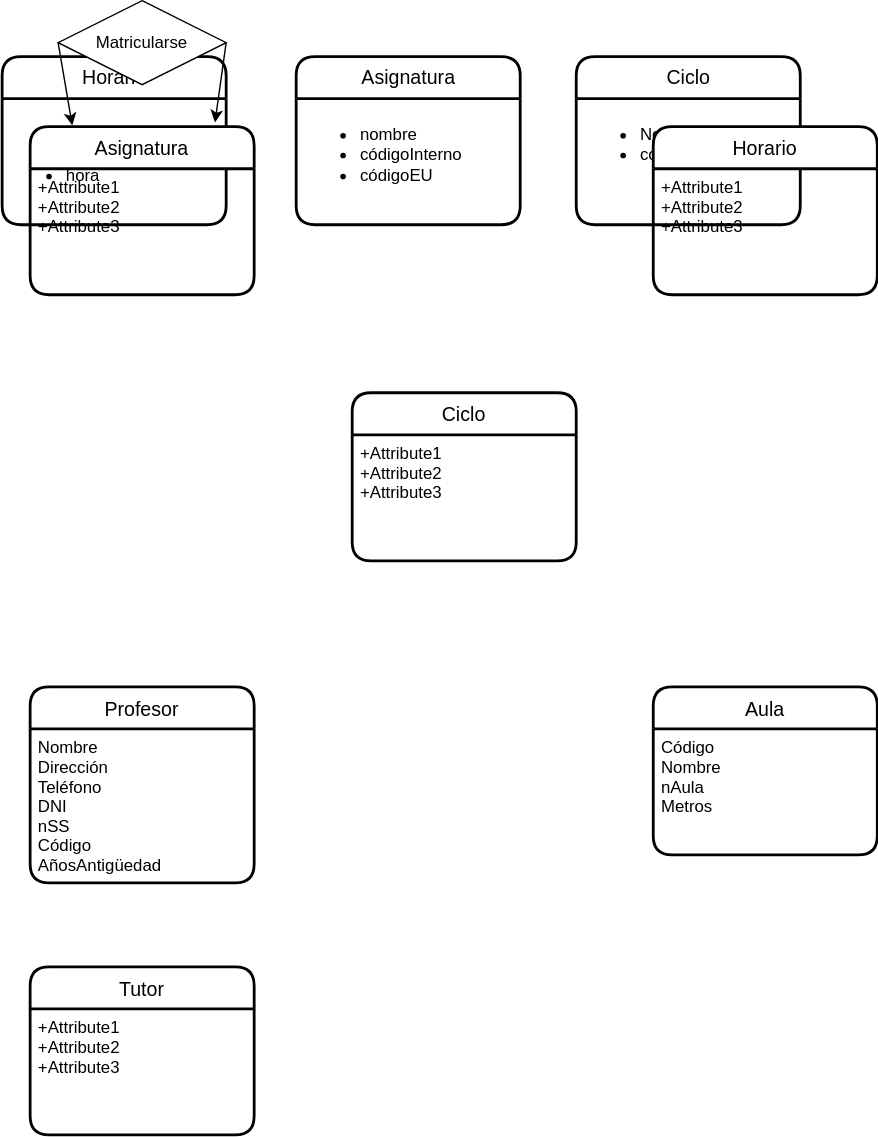
Jimxx22/C3-UD11-UML keeps this draw.io diagram as UD12-17.svg. Above is the earlier version. Source tidied: cells renumbered, new cells last; positions are measured from the earlier drawing's top-left corner, leaving out a move shared by most shapes.
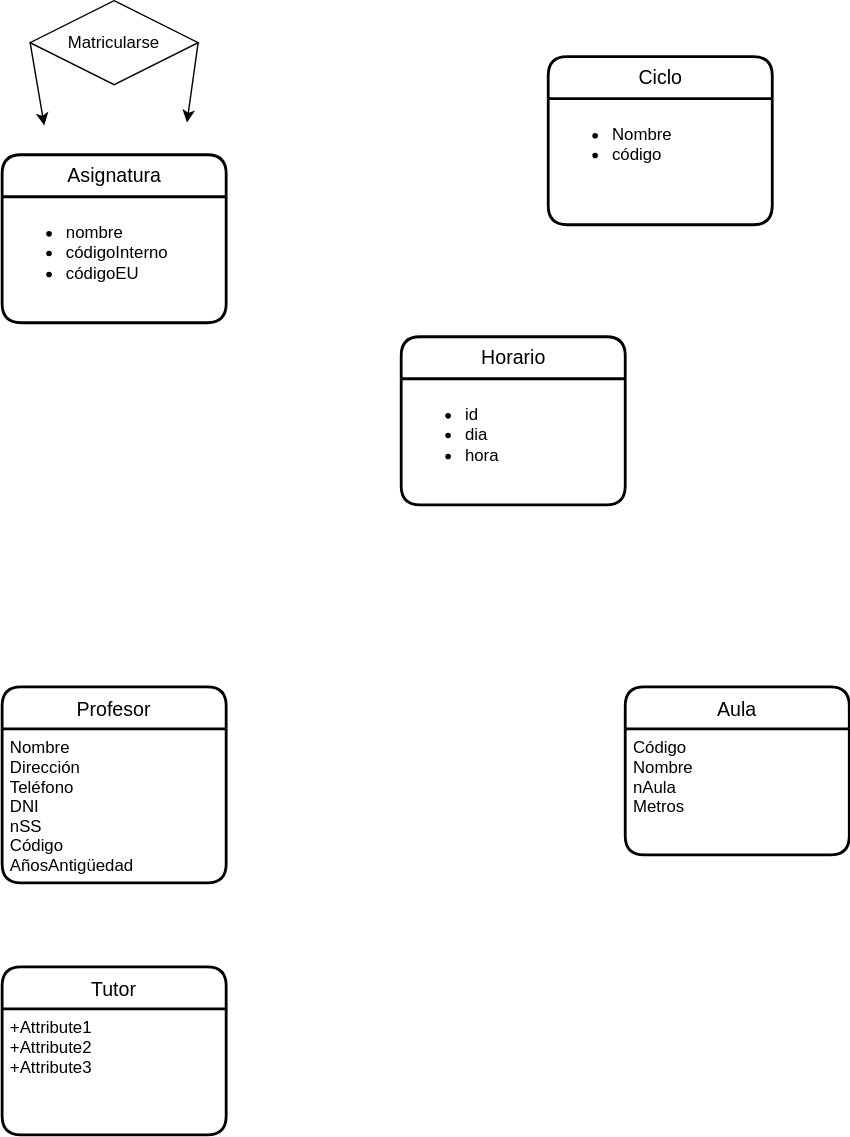
The same diagram one commit later.

What changed in the source:
```diff
@@ -3,19 +3,13 @@
     <mxCell id="0" />
     <mxCell id="1" parent="0" />
     <mxCell id="2" value="Horario" style="swimlane;horizontal=1;startSize=30;rounded=1;fontSize=14;fontStyle=0;strokeWidth=2;shadow=0;dashed=0;align=center;labelBackgroundColor=none;html=1;" parent="1" vertex="1">
-      <mxGeometry y="40" width="160" height="120" as="geometry" />
+      <mxGeometry x="305" y="240" width="160" height="120" as="geometry" />
     </mxCell>
     <mxCell id="3" value="&lt;ul&gt;&lt;li&gt;id&lt;/li&gt;&lt;li&gt;dia&lt;/li&gt;&lt;li&gt;hora&lt;/li&gt;&lt;/ul&gt;" style="align=left;strokeColor=none;fillColor=none;spacingLeft=4;fontSize=12;verticalAlign=top;labelBackgroundColor=none;html=1;" parent="2" vertex="1">
       <mxGeometry y="30" width="160" height="90" as="geometry" />
     </mxCell>
-    <mxCell id="4" value="Asignatura" style="swimlane;horizontal=1;startSize=30;rounded=1;fontSize=14;fontStyle=0;strokeWidth=2;shadow=0;dashed=0;align=center;" parent="1" vertex="1">
-      <mxGeometry x="20" y="90" width="160" height="120" as="geometry" />
-    </mxCell>
-    <mxCell id="5" value="+Attribute1&#10;+Attribute2&#10;+Attribute3" style="align=left;strokeColor=none;fillColor=none;spacingLeft=4;fontSize=12;verticalAlign=top;" parent="4" vertex="1">
-      <mxGeometry y="30" width="160" height="90" as="geometry" />
-    </mxCell>
     <mxCell id="6" value="Asignatura" style="swimlane;horizontal=1;startSize=30;rounded=1;fontSize=14;fontStyle=0;strokeWidth=2;shadow=0;dashed=0;align=center;labelBackgroundColor=none;html=1;" parent="1" vertex="1">
-      <mxGeometry x="210" y="40" width="160" height="120" as="geometry" />
+      <mxGeometry x="20" y="110" width="160" height="120" as="geometry" />
     </mxCell>
     <mxCell id="7" value="&lt;ul&gt;&lt;li&gt;nombre&lt;/li&gt;&lt;li&gt;códigoInterno&lt;/li&gt;&lt;li&gt;códigoEU&lt;/li&gt;&lt;/ul&gt;" style="align=left;strokeColor=none;fillColor=none;spacingLeft=4;fontSize=12;verticalAlign=top;labelBackgroundColor=none;html=1;" parent="6" vertex="1">
       <mxGeometry y="30" width="160" height="90" as="geometry" />
@@ -38,29 +32,21 @@
     <mxCell id="13" value="Nombre&#10;Dirección&#10;Teléfono&#10;DNI&#10;nSS&#10;Código&#10;AñosAntigüedad&#10;" style="align=left;strokeColor=none;fillColor=none;spacingLeft=4;fontSize=12;verticalAlign=top;" parent="12" vertex="1">
       <mxGeometry y="30" width="160" height="110" as="geometry" />
     </mxCell>
-    <mxCell id="14" value="Horario" style="swimlane;horizontal=1;startSize=30;rounded=1;fontSize=14;fontStyle=0;strokeWidth=2;shadow=0;dashed=0;align=center;" parent="1" vertex="1">
-      <mxGeometry x="465" y="90" width="160" height="120" as="geometry" />
-    </mxCell>
-    <mxCell id="15" value="+Attribute1&#10;+Attribute2&#10;+Attribute3" style="align=left;strokeColor=none;fillColor=none;spacingLeft=4;fontSize=12;verticalAlign=top;" parent="14" vertex="1">
-      <mxGeometry y="30" width="160" height="90" as="geometry" />
-    </mxCell>
-    <mxCell id="16" value="Ciclo" style="swimlane;horizontal=1;startSize=30;rounded=1;fontSize=14;fontStyle=0;strokeWidth=2;shadow=0;dashed=0;align=center;" parent="1" vertex="1">
-      <mxGeometry x="250" y="280" width="160" height="120" as="geometry" />
-    </mxCell>
-    <mxCell id="17" value="+Attribute1&#10;+Attribute2&#10;+Attribute3" style="align=left;strokeColor=none;fillColor=none;spacingLeft=4;fontSize=12;verticalAlign=top;" parent="16" vertex="1">
-      <mxGeometry y="30" width="160" height="90" as="geometry" />
-    </mxCell>
     <mxCell id="18" value="Tutor" style="swimlane;horizontal=1;startSize=30;rounded=1;fontSize=14;fontStyle=0;strokeWidth=2;shadow=0;dashed=0;align=center;" parent="1" vertex="1">
       <mxGeometry x="20" y="690" width="160" height="120" as="geometry" />
     </mxCell>
     <mxCell id="19" value="+Attribute1&#10;+Attribute2&#10;+Attribute3" style="align=left;strokeColor=none;fillColor=none;spacingLeft=4;fontSize=12;verticalAlign=top;" parent="18" vertex="1">
       <mxGeometry y="30" width="160" height="90" as="geometry" />
     </mxCell>
-    <mxCell id="20" style="rounded=0;jettySize=auto;html=1;exitX=0;exitY=0.5;exitDx=0;exitDy=0;entryX=0.188;entryY=-0.008;entryDx=0;entryDy=0;entryPerimeter=0;" parent="1" edge="1" source="22" target="4">
-      <mxGeometry relative="1" as="geometry" />
+    <mxCell id="20" style="rounded=0;jettySize=auto;html=1;exitX=0;exitY=0.5;exitDx=0;exitDy=0;entryX=0.188;entryY=-0.008;entryDx=0;entryDy=0;entryPerimeter=0;" parent="1" edge="1" source="22">
+      <mxGeometry relative="1" as="geometry">
+        <mxPoint x="50.1" y="89" as="targetPoint" />
+      </mxGeometry>
     </mxCell>
-    <mxCell id="21" style="rounded=0;jettySize=auto;html=1;exitX=1;exitY=0.5;exitDx=0;exitDy=0;entryX=0.825;entryY=-0.025;entryDx=0;entryDy=0;entryPerimeter=0;" parent="1" edge="1" source="22" target="4">
-      <mxGeometry relative="1" as="geometry" />
+    <mxCell id="21" style="rounded=0;jettySize=auto;html=1;exitX=1;exitY=0.5;exitDx=0;exitDy=0;entryX=0.825;entryY=-0.025;entryDx=0;entryDy=0;entryPerimeter=0;" parent="1" edge="1" source="22">
+      <mxGeometry relative="1" as="geometry">
+        <mxPoint x="152" y="87" as="targetPoint" />
+      </mxGeometry>
     </mxCell>
     <mxCell id="22" value="Matricularse" style="shape=rhombus;perimeter=rhombusPerimeter;whiteSpace=wrap;html=1;align=center;" parent="1" vertex="1">
       <mxGeometry x="40" width="120" height="60" as="geometry" />
```
